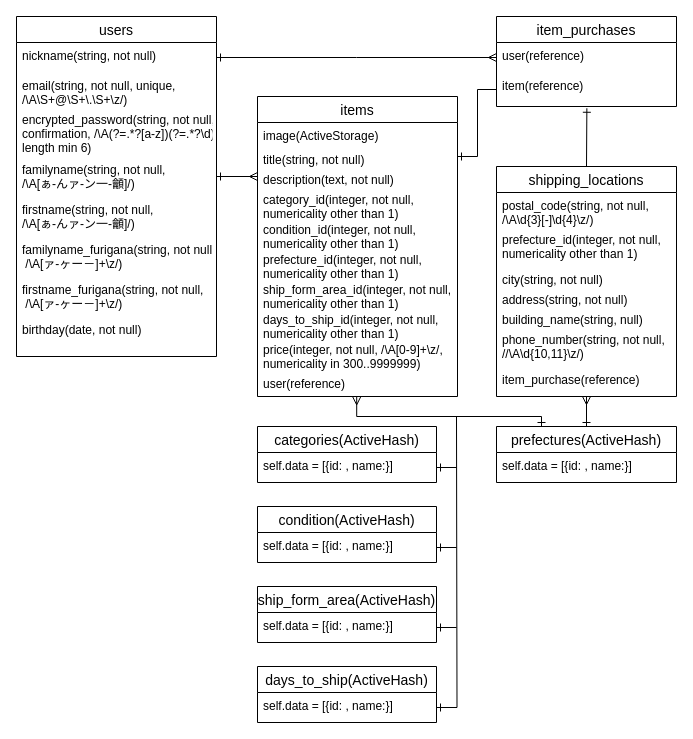
Earlier version of the draw.io diagram ER.dio (Giru-eng/furima-33823). Source tidied: cells renumbered, new cells numbered last; positions are measured from the earlier drawing's top-left corner, leaving out a move shared by most shapes. Both pictures are drawn from the tidied source at 100%, with x=0, y=0 at pixel (16, 16).
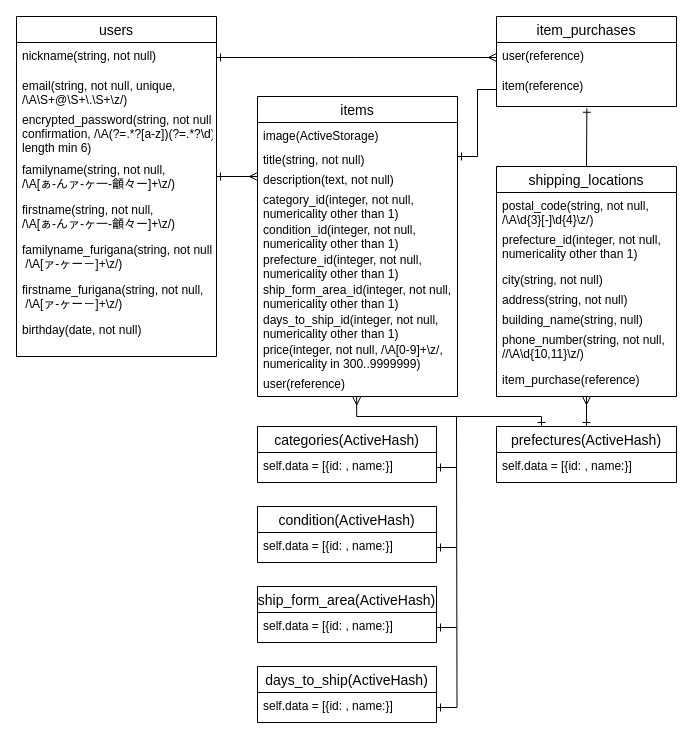
The same page after the edit.

Unchanged cells that the change refers to:
```xml
<mxCell id="2" value="users" style="swimlane;fontStyle=0;horizontal=1;startSize=26;align=center;fontSize=14;" parent="1" vertex="1">
  <mxGeometry width="200" height="340" as="geometry" />
</mxCell>
```

Change to the diagram source:
```diff
@@
-    <mxCell id="6" value="familyname(string, not null, &#10;/\A[ぁ-んァ-ン一-龥]/)" style="text;strokeColor=none;fillColor=none;spacingLeft=4;spacingRight=4;overflow=hidden;points=[[0,0.5],[1,0.5]];portConstraint=eastwest;fontSize=12;" parent="2" vertex="1">
+    <mxCell id="6" value="familyname(string, not null, &#10;/\A[ぁ-んァ-ヶ一-龥々ー]+\z/)" style="text;strokeColor=none;fillColor=none;spacingLeft=4;spacingRight=4;overflow=hidden;points=[[0,0.5],[1,0.5]];portConstraint=eastwest;fontSize=12;" parent="2" vertex="1">
       <mxGeometry y="140" width="200" height="40" as="geometry" />
     </mxCell>
-    <mxCell id="7" value="firstname(string, not null, &#10;/\A[ぁ-んァ-ン一-龥]/)" style="text;strokeColor=none;fillColor=none;spacingLeft=4;spacingRight=4;overflow=hidden;fontSize=12;" parent="2" vertex="1">
+    <mxCell id="7" value="firstname(string, not null, &#10;/\A[ぁ-んァ-ヶ一-龥々ー]+\z/)" style="text;strokeColor=none;fillColor=none;spacingLeft=4;spacingRight=4;overflow=hidden;fontSize=12;" parent="2" vertex="1">
       <mxGeometry y="180" width="200" height="40" as="geometry" />
     </mxCell>
```
